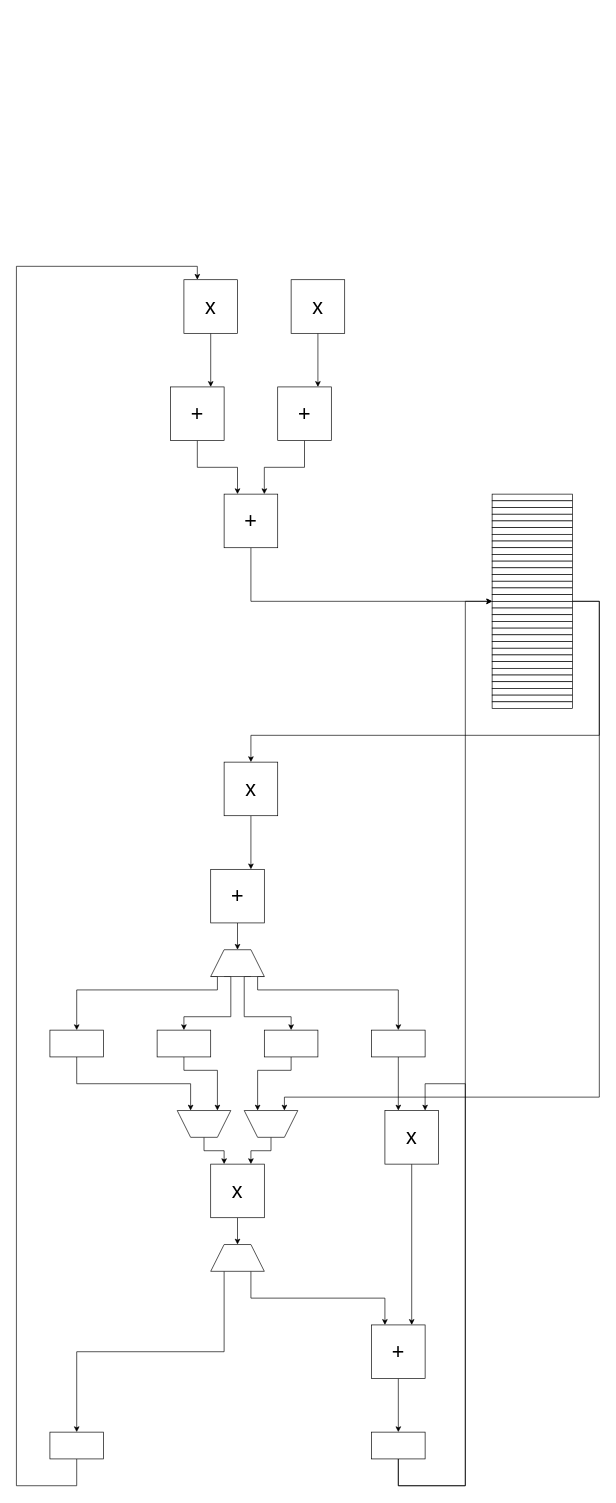
This is scheme.drawio from AlessandroVaraldi/HLSTM, a draw.io file, before an edit. Source tidied: cells renumbered, new cells numbered last; positions are measured from the earlier drawing's top-left corner, leaving out a move shared by most shapes. Both pictures are drawn from the tidied source at 67%, with x=0, y=0 at pixel (16, 266).
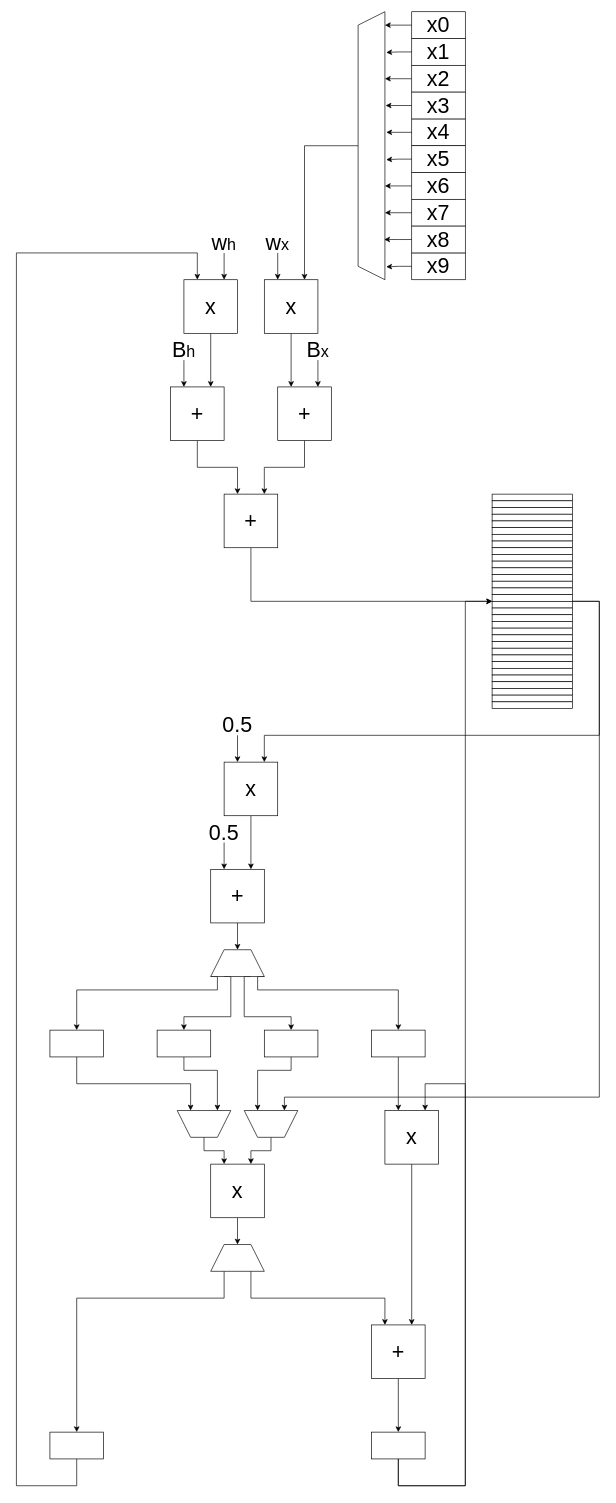
The same page after the edit.

Unchanged cells that the change refers to:
```xml
<mxCell id="3" value="x" style="whiteSpace=wrap;html=1;fontSize=32;" parent="1" vertex="1">
  <mxGeometry x="250" y="20" width="80" height="80" as="geometry" />
</mxCell>
<mxCell id="9" value="+" style="whiteSpace=wrap;html=1;fontSize=32;" parent="1" vertex="1">
  <mxGeometry x="390" y="180" width="80" height="80" as="geometry" />
</mxCell>
<mxCell id="13" value="x" style="whiteSpace=wrap;html=1;fontSize=32;" parent="1" vertex="1">
  <mxGeometry x="310" y="740" width="80" height="80" as="geometry" />
</mxCell>
<mxCell id="41" style="shape=trapezoid;perimeter=trapezoidPerimeter;whiteSpace=wrap;html=1;fixedSize=1;rotation=0;fontSize=32;" parent="1" vertex="1">
  <mxGeometry x="290" y="1460" width="80" height="40" as="geometry" />
</mxCell>
<mxCell id="61" style="rounded=0;whiteSpace=wrap;html=1;fontSize=32;" parent="45" vertex="1">
  <mxGeometry y="150" width="120" height="10" as="geometry" />
</mxCell>
<mxCell id="81" style="rounded=0;whiteSpace=wrap;html=1;fontSize=32;" parent="1" vertex="1">
  <mxGeometry x="50" y="1740" width="80" height="40" as="geometry" />
</mxCell>
```

What changed in the source:
```diff
@@
-    <mxCell id="4" style="edgeStyle=orthogonalEdgeStyle;rounded=0;jettySize=auto;html=1;entryX=0.75;entryY=0;entryDx=0;entryDy=0;fontSize=32;" parent="1" edge="1" source="5" target="9">
+    <mxCell id="4" style="edgeStyle=orthogonalEdgeStyle;rounded=0;jettySize=auto;html=1;entryX=0.25;entryY=0;entryDx=0;entryDy=0;fontSize=32;" parent="1" edge="1" source="5" target="9">
       <mxGeometry relative="1" as="geometry" />
     </mxCell>
     <mxCell id="5" value="x" style="whiteSpace=wrap;html=1;fontSize=32;" parent="1" vertex="1">
-      <mxGeometry x="410" y="20" width="80" height="80" as="geometry" />
+      <mxGeometry x="370" y="20" width="80" height="80" as="geometry" />
     </mxCell>
@@
     <mxCell id="40" style="edgeStyle=orthogonalEdgeStyle;rounded=0;jettySize=auto;html=1;exitX=0.25;exitY=1;exitDx=0;exitDy=0;fontSize=32;" parent="1" edge="1" source="41" target="81">
-      <mxGeometry relative="1" as="geometry" />
+      <mxGeometry relative="1" as="geometry">
+        <Array as="points">
+          <mxPoint x="310" y="1540" />
+          <mxPoint x="90" y="1540" />
+        </Array>
+      </mxGeometry>
     </mxCell>
@@
-    <mxCell id="78" style="edgeStyle=orthogonalEdgeStyle;rounded=0;jettySize=auto;html=1;entryX=0.5;entryY=0;entryDx=0;entryDy=0;fontSize=32;" parent="1" edge="1" source="61" target="13">
+    <mxCell id="78" style="edgeStyle=orthogonalEdgeStyle;rounded=0;jettySize=auto;html=1;entryX=0.75;entryY=0;entryDx=0;entryDy=0;fontSize=32;" parent="1" edge="1" source="61" target="13">
       <mxGeometry relative="1" as="geometry">
         <Array as="points">
           <mxPoint x="870" y="500" />
           <mxPoint x="870" y="700" />
-          <mxPoint x="350" y="700" />
+          <mxPoint x="370" y="700" />
         </Array>
       </mxGeometry>
     </mxCell>
@@
     <mxCell id="80" style="edgeStyle=orthogonalEdgeStyle;rounded=0;jettySize=auto;html=1;entryX=0.25;entryY=0;entryDx=0;entryDy=0;fontSize=32;" parent="1" edge="1" source="81" target="3">
       <mxGeometry relative="1" as="geometry">
         <Array as="points">
           <mxPoint x="90" y="1820" />
           <mxPoint y="1820" />
-          <mxPoint />
-          <mxPoint x="270" />
+          <mxPoint y="-20" />
+          <mxPoint x="270" y="-20" />
         </Array>
       </mxGeometry>
     </mxCell>
@@
+    <mxCell id="82" value="x4" style="rounded=0;whiteSpace=wrap;html=1;fontSize=32;" parent="1" vertex="1">
+      <mxGeometry x="590" y="-220" width="80" height="40" as="geometry" />
+    </mxCell>
+    <mxCell id="83" value="x5" style="rounded=0;whiteSpace=wrap;html=1;fontSize=32;" parent="1" vertex="1">
+      <mxGeometry x="590" y="-180" width="80" height="40" as="geometry" />
+    </mxCell>
+    <mxCell id="84" value="x6" style="rounded=0;whiteSpace=wrap;html=1;fontSize=32;" parent="1" vertex="1">
+      <mxGeometry x="590" y="-140" width="80" height="40" as="geometry" />
+    </mxCell>
+    <mxCell id="85" value="x7" style="rounded=0;whiteSpace=wrap;html=1;fontSize=32;" parent="1" vertex="1">
+      <mxGeometry x="590" y="-100" width="80" height="40" as="geometry" />
+    </mxCell>
+    <mxCell id="86" value="x9" style="rounded=0;whiteSpace=wrap;html=1;fontSize=32;" parent="1" vertex="1">
+      <mxGeometry x="590" y="-20" width="80" height="40" as="geometry" />
+    </mxCell>
+    <mxCell id="87" value="x8" style="rounded=0;whiteSpace=wrap;html=1;fontSize=32;" parent="1" vertex="1">
+      <mxGeometry x="590" y="-60" width="80" height="40" as="geometry" />
+    </mxCell>
+    <mxCell id="88" value="x0" style="rounded=0;whiteSpace=wrap;html=1;fontSize=32;" parent="1" vertex="1">
+      <mxGeometry x="590" y="-380" width="80" height="40" as="geometry" />
+    </mxCell>
+    <mxCell id="89" value="x1" style="rounded=0;whiteSpace=wrap;html=1;fontSize=32;" parent="1" vertex="1">
+      <mxGeometry x="590" y="-340" width="80" height="40" as="geometry" />
+    </mxCell>
+    <mxCell id="90" style="edgeStyle=orthogonalEdgeStyle;rounded=0;jettySize=auto;html=1;entryX=0.75;entryY=1;entryDx=0;entryDy=0;" parent="1" edge="1" source="91" target="94">
+      <mxGeometry relative="1" as="geometry" />
+    </mxCell>
+    <mxCell id="91" value="x2" style="rounded=0;whiteSpace=wrap;html=1;fontSize=32;" parent="1" vertex="1">
+      <mxGeometry x="590" y="-300" width="80" height="40" as="geometry" />
+    </mxCell>
+    <mxCell id="92" value="x3" style="rounded=0;whiteSpace=wrap;html=1;fontSize=32;" parent="1" vertex="1">
+      <mxGeometry x="590" y="-260" width="80" height="40" as="geometry" />
+    </mxCell>
+    <mxCell id="93" style="edgeStyle=orthogonalEdgeStyle;rounded=0;jettySize=auto;html=1;entryX=0.75;entryY=0;entryDx=0;entryDy=0;" parent="1" edge="1" source="94" target="5">
+      <mxGeometry relative="1" as="geometry" />
+    </mxCell>
+    <mxCell id="94" style="shape=trapezoid;perimeter=trapezoidPerimeter;whiteSpace=wrap;html=1;fixedSize=1;rotation=-90;" parent="1" vertex="1">
+      <mxGeometry x="330" y="-200" width="400" height="40" as="geometry" />
+    </mxCell>
+    <mxCell id="95" style="edgeStyle=orthogonalEdgeStyle;rounded=0;jettySize=auto;html=1;entryX=0.048;entryY=1.05;entryDx=0;entryDy=0;entryPerimeter=0;" parent="1" edge="1" source="86" target="94">
+      <mxGeometry relative="1" as="geometry" />
+    </mxCell>
+    <mxCell id="96" style="edgeStyle=orthogonalEdgeStyle;rounded=0;jettySize=auto;html=1;" parent="1" edge="1" source="87">
+      <mxGeometry relative="1" as="geometry">
+        <mxPoint x="549" y="-40" as="targetPoint" />
+      </mxGeometry>
+    </mxCell>
+    <mxCell id="97" style="edgeStyle=orthogonalEdgeStyle;rounded=0;jettySize=auto;html=1;entryX=0.25;entryY=1;entryDx=0;entryDy=0;" parent="1" edge="1" source="85" target="94">
+      <mxGeometry relative="1" as="geometry" />
+    </mxCell>
+    <mxCell id="98" style="edgeStyle=orthogonalEdgeStyle;rounded=0;jettySize=auto;html=1;entryX=0.35;entryY=1;entryDx=0;entryDy=0;entryPerimeter=0;" parent="1" edge="1" source="84" target="94">
+      <mxGeometry relative="1" as="geometry" />
+    </mxCell>
+    <mxCell id="99" style="edgeStyle=orthogonalEdgeStyle;rounded=0;jettySize=auto;html=1;entryX=0.448;entryY=1.05;entryDx=0;entryDy=0;entryPerimeter=0;" parent="1" edge="1" source="83" target="94">
+      <mxGeometry relative="1" as="geometry" />
+    </mxCell>
+    <mxCell id="100" style="edgeStyle=orthogonalEdgeStyle;rounded=0;jettySize=auto;html=1;entryX=0.55;entryY=1.05;entryDx=0;entryDy=0;entryPerimeter=0;" parent="1" edge="1" source="82" target="94">
+      <mxGeometry relative="1" as="geometry" />
+    </mxCell>
+    <mxCell id="101" style="edgeStyle=orthogonalEdgeStyle;rounded=0;jettySize=auto;html=1;entryX=0.65;entryY=1.025;entryDx=0;entryDy=0;entryPerimeter=0;" parent="1" edge="1" source="92" target="94">
+      <mxGeometry relative="1" as="geometry" />
+    </mxCell>
+    <mxCell id="102" style="edgeStyle=orthogonalEdgeStyle;rounded=0;jettySize=auto;html=1;entryX=0.848;entryY=1.05;entryDx=0;entryDy=0;entryPerimeter=0;" parent="1" edge="1" source="89" target="94">
+      <mxGeometry relative="1" as="geometry" />
+    </mxCell>
+    <mxCell id="103" style="edgeStyle=orthogonalEdgeStyle;rounded=0;jettySize=auto;html=1;entryX=0.95;entryY=1;entryDx=0;entryDy=0;entryPerimeter=0;" parent="1" edge="1" source="88" target="94">
+      <mxGeometry relative="1" as="geometry" />
+    </mxCell>
+    <mxCell id="104" style="edgeStyle=orthogonalEdgeStyle;rounded=0;jettySize=auto;html=1;entryX=0.25;entryY=0;entryDx=0;entryDy=0;" parent="1" edge="1" source="105" target="5">
+      <mxGeometry relative="1" as="geometry">
+        <Array as="points">
+          <mxPoint x="390" y="10" />
+          <mxPoint x="390" y="10" />
+        </Array>
+      </mxGeometry>
+    </mxCell>
+    <mxCell id="105" value="w&lt;font style=&quot;font-size: 24px;&quot;&gt;x&lt;/font&gt;" style="text;html=1;align=center;verticalAlign=middle;whiteSpace=wrap;rounded=0;fontSize=32;" parent="1" vertex="1">
+      <mxGeometry x="360" y="-50" width="60" height="30" as="geometry" />
+    </mxCell>
+    <mxCell id="106" style="edgeStyle=orthogonalEdgeStyle;rounded=0;jettySize=auto;html=1;entryX=0.75;entryY=0;entryDx=0;entryDy=0;" parent="1" edge="1" source="107" target="3">
+      <mxGeometry relative="1" as="geometry">
+        <Array as="points">
+          <mxPoint x="310" y="20" />
+        </Array>
+      </mxGeometry>
+    </mxCell>
+    <mxCell id="107" value="w&lt;font style=&quot;font-size: 24px;&quot;&gt;h&lt;/font&gt;" style="text;html=1;align=center;verticalAlign=middle;whiteSpace=wrap;rounded=0;fontSize=32;" parent="1" vertex="1">
+      <mxGeometry x="280" y="-50" width="60" height="30" as="geometry" />
+    </mxCell>
+    <mxCell id="108" style="edgeStyle=orthogonalEdgeStyle;rounded=0;jettySize=auto;html=1;entryX=0.25;entryY=0;entryDx=0;entryDy=0;" parent="1" edge="1" source="109">
+      <mxGeometry relative="1" as="geometry">
+        <mxPoint x="450" y="180" as="targetPoint" />
+        <Array as="points">
+          <mxPoint x="450" y="170" />
+          <mxPoint x="450" y="170" />
+        </Array>
+      </mxGeometry>
+    </mxCell>
+    <mxCell id="109" value="B&lt;font style=&quot;font-size: 24px;&quot;&gt;x&lt;/font&gt;" style="text;html=1;align=center;verticalAlign=middle;whiteSpace=wrap;rounded=0;fontSize=32;" parent="1" vertex="1">
+      <mxGeometry x="420" y="110" width="60" height="30" as="geometry" />
+    </mxCell>
+    <mxCell id="110" style="edgeStyle=orthogonalEdgeStyle;rounded=0;jettySize=auto;html=1;entryX=0.25;entryY=0;entryDx=0;entryDy=0;" parent="1" edge="1" source="111">
+      <mxGeometry relative="1" as="geometry">
+        <mxPoint x="250" y="180" as="targetPoint" />
+        <Array as="points">
+          <mxPoint x="250" y="170" />
+          <mxPoint x="250" y="170" />
+        </Array>
+      </mxGeometry>
+    </mxCell>
+    <mxCell id="111" value="B&lt;font style=&quot;font-size: 24px;&quot;&gt;h&lt;/font&gt;" style="text;html=1;align=center;verticalAlign=middle;whiteSpace=wrap;rounded=0;fontSize=32;" parent="1" vertex="1">
+      <mxGeometry x="220" y="110" width="60" height="30" as="geometry" />
+    </mxCell>
+    <mxCell id="112" style="edgeStyle=orthogonalEdgeStyle;rounded=0;jettySize=auto;html=1;entryX=0.25;entryY=0;entryDx=0;entryDy=0;" parent="1" edge="1" source="113">
+      <mxGeometry relative="1" as="geometry">
+        <mxPoint x="330" y="740" as="targetPoint" />
+        <Array as="points">
+          <mxPoint x="330" y="730" />
+          <mxPoint x="330" y="730" />
+        </Array>
+      </mxGeometry>
+    </mxCell>
+    <mxCell id="113" value="0.5" style="text;html=1;align=center;verticalAlign=middle;whiteSpace=wrap;rounded=0;fontSize=32;" parent="1" vertex="1">
+      <mxGeometry x="300" y="670" width="60" height="30" as="geometry" />
+    </mxCell>
+    <mxCell id="114" style="edgeStyle=orthogonalEdgeStyle;rounded=0;jettySize=auto;html=1;entryX=0.25;entryY=0;entryDx=0;entryDy=0;" parent="1" edge="1" source="115">
+      <mxGeometry relative="1" as="geometry">
+        <mxPoint x="310" y="900" as="targetPoint" />
+        <Array as="points">
+          <mxPoint x="310" y="890" />
+          <mxPoint x="310" y="890" />
+        </Array>
+      </mxGeometry>
+    </mxCell>
+    <mxCell id="115" value="0.5" style="text;html=1;align=center;verticalAlign=middle;whiteSpace=wrap;rounded=0;fontSize=32;" parent="1" vertex="1">
+      <mxGeometry x="280" y="830" width="60" height="30" as="geometry" />
+    </mxCell>
```
